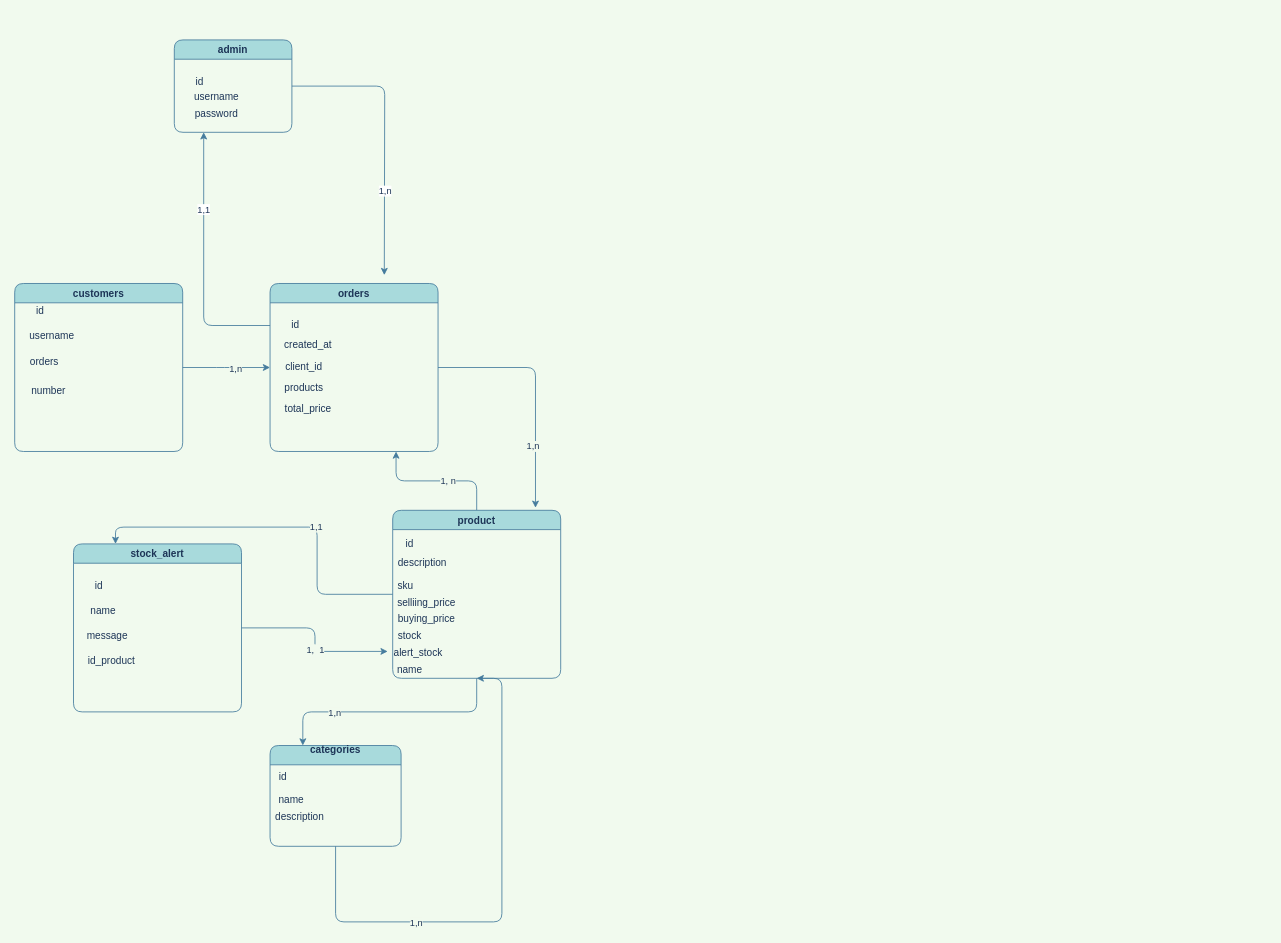
Before: ets_agodji_app.drawio in nsWilfried/ETS-AGODJI-JAVA-APP, a draw.io diagram. Source tidied: cells renumbered, new cells numbered last; positions are measured from the earlier drawing's top-left corner, leaving out a move shared by most shapes. Both pictures are drawn from the tidied source at 84%, with x=0, y=0 at pixel (14, 39).
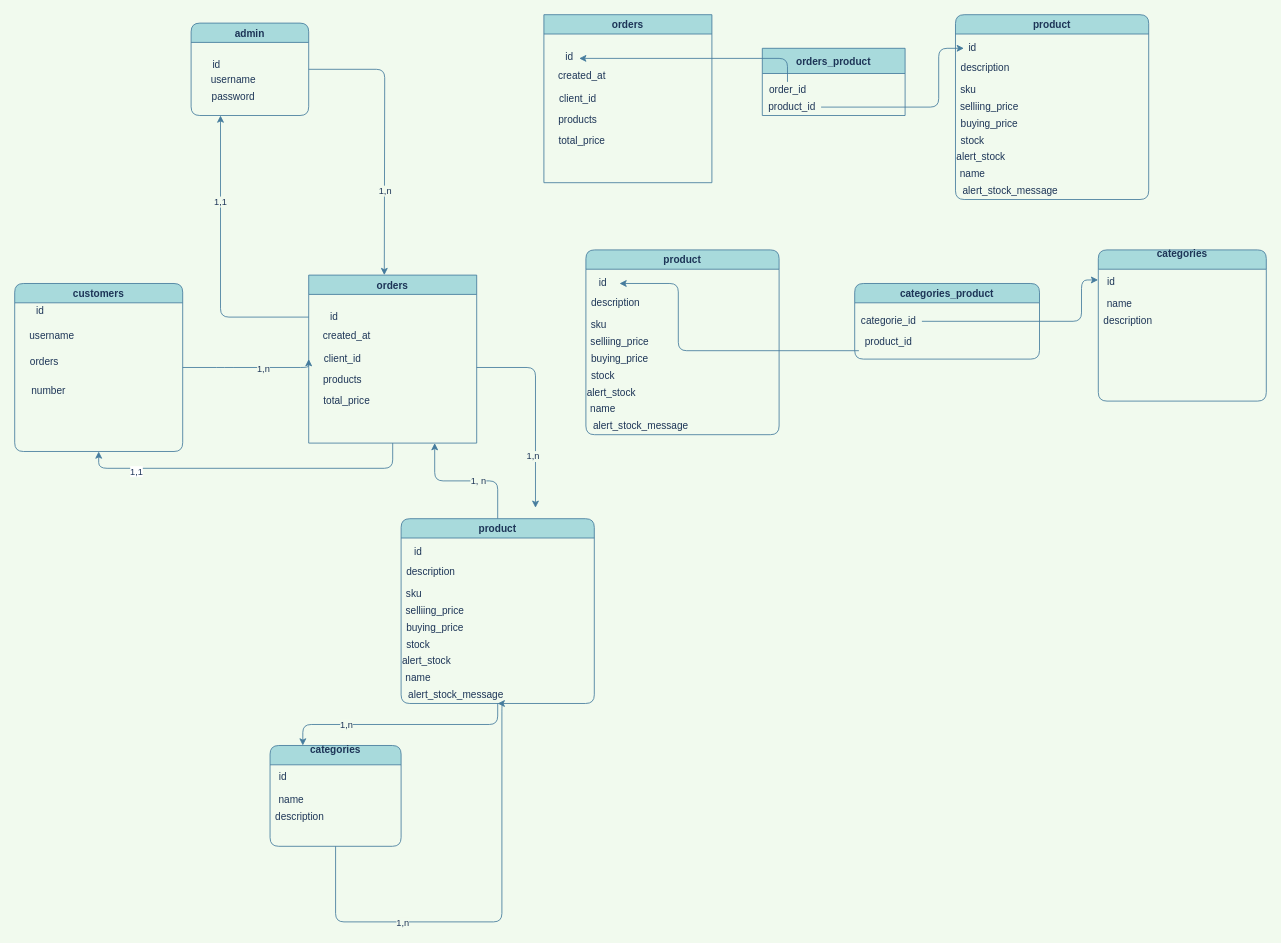
Above is the later version.

The change refers to these unchanged cells:
```xml
<mxCell id="10" value="customers" style="swimlane;rounded=1;fillColor=#A8DADC;strokeColor=#457B9D;fontColor=#1D3557;" parent="1" vertex="1">
  <mxGeometry y="290" width="200" height="200" as="geometry" />
</mxCell>
<mxCell id="43" value="alert_stock" style="text;html=1;align=center;verticalAlign=middle;points=[];strokeColor=none;fillColor=none;rounded=1;fontColor=#1D3557;" parent="37" vertex="1">
  <mxGeometry x="-5" y="160" width="70" height="20" as="geometry" />
</mxCell>
```

Change to the diagram source:
```diff
@@
-    <mxCell id="2" style="edgeStyle=orthogonalEdgeStyle;curved=0;rounded=1;sketch=0;jettySize=auto;html=1;fontColor=#1D3557;strokeColor=#457B9D;fillColor=#A8DADC;" parent="1" edge="1" source="4">
+    <mxCell id="2" style="edgeStyle=orthogonalEdgeStyle;curved=0;rounded=1;sketch=0;jettySize=auto;html=1;fontColor=#1D3557;strokeColor=#457B9D;fillColor=#A8DADC;labelBackgroundColor=#F1FAEE;" parent="1" edge="1" source="4">
       <mxGeometry relative="1" as="geometry">
         <mxPoint x="440" y="280" as="targetPoint" />
       </mxGeometry>
     </mxCell>
-    <mxCell id="3" value="1,n" style="edgeLabel;html=1;align=center;verticalAlign=middle;fontColor=#1D3557;" parent="2" vertex="1">
+    <mxCell id="3" value="1,n" style="edgeLabel;html=1;align=center;verticalAlign=middle;fontColor=#1D3557;labelBackgroundColor=#F1FAEE;" parent="2" vertex="1">
       <mxGeometry x="0.4" relative="1" as="geometry" />
     </mxCell>
     <mxCell id="4" value="admin" style="swimlane;rounded=1;fillColor=#A8DADC;strokeColor=#457B9D;fontColor=#1D3557;" parent="1" vertex="1">
-      <mxGeometry x="190" width="140" height="110" as="geometry" />
+      <mxGeometry x="210" y="-20" width="140" height="110" as="geometry" />
     </mxCell>
@@
-    <mxCell id="17" value="categories&#10;" style="swimlane;rounded=1;fillColor=#A8DADC;strokeColor=#457B9D;fontColor=#1D3557;" parent="1" vertex="1">
+    <mxCell id="17" value="&#10;categories&#10;&#10;" style="swimlane;rounded=1;fillColor=#A8DADC;strokeColor=#457B9D;fontColor=#1D3557;" parent="1" vertex="1">
       <mxGeometry x="304" y="840" width="156" height="120" as="geometry" />
     </mxCell>
@@
-    <mxCell id="23" style="edgeStyle=orthogonalEdgeStyle;curved=0;rounded=1;sketch=0;jettySize=auto;html=1;exitX=0;exitY=0.25;exitDx=0;exitDy=0;entryX=0.25;entryY=1;entryDx=0;entryDy=0;fontColor=#1D3557;strokeColor=#457B9D;fillColor=#A8DADC;" parent="1" edge="1" source="25" target="4">
+    <mxCell id="23" style="edgeStyle=orthogonalEdgeStyle;curved=0;rounded=1;sketch=0;jettySize=auto;html=1;exitX=0;exitY=0.25;exitDx=0;exitDy=0;entryX=0.25;entryY=1;entryDx=0;entryDy=0;fontColor=#1D3557;strokeColor=#457B9D;fillColor=#A8DADC;labelBackgroundColor=#F1FAEE;" parent="1" edge="1" source="25" target="4">
       <mxGeometry relative="1" as="geometry" />
     </mxCell>
-    <mxCell id="24" value="1,1" style="edgeLabel;html=1;align=center;verticalAlign=middle;fontColor=#1D3557;" parent="23" vertex="1">
+    <mxCell id="24" value="1,1" style="edgeLabel;html=1;align=center;verticalAlign=middle;fontColor=#1D3557;labelBackgroundColor=#F1FAEE;" parent="23" vertex="1">
       <mxGeometry x="0.41" y="1" relative="1" as="geometry" />
     </mxCell>
+    <mxCell id="53" style="edgeStyle=orthogonalEdgeStyle;curved=0;rounded=1;sketch=0;jettySize=auto;html=1;entryX=0.5;entryY=1;entryDx=0;entryDy=0;fontColor=#1D3557;strokeColor=#457B9D;fillColor=#A8DADC;" parent="1" edge="1" source="25" target="10">
+      <mxGeometry relative="1" as="geometry">
+        <Array as="points">
+          <mxPoint x="450" y="510" />
+          <mxPoint x="100" y="510" />
+        </Array>
+      </mxGeometry>
+    </mxCell>
+    <mxCell id="34" value="1,1" style="edgeLabel;html=1;align=center;verticalAlign=middle;fontColor=#1D3557;" parent="53" vertex="1">
+      <mxGeometry x="0.68" y="3" relative="1" as="geometry" />
+    </mxCell>
-    <mxCell id="25" value="orders" style="swimlane;rounded=1;fillColor=#A8DADC;strokeColor=#457B9D;fontColor=#1D3557;" parent="1" vertex="1">
-      <mxGeometry x="304" y="290" width="200" height="200" as="geometry" />
+    <mxCell id="25" value="orders" style="swimlane;rounded=1;fillColor=#A8DADC;strokeColor=#457B9D;fontColor=#1D3557;arcSize=0;" parent="1" vertex="1">
+      <mxGeometry x="350" y="280" width="200" height="200" as="geometry" />
     </mxCell>
@@
-    <mxCell id="33" style="edgeStyle=orthogonalEdgeStyle;rounded=1;jettySize=auto;html=1;entryX=0.25;entryY=0;entryDx=0;entryDy=0;strokeColor=#457B9D;fontColor=#1D3557;labelBackgroundColor=#F1FAEE;" parent="1" edge="1" source="37" target="48">
-      <mxGeometry relative="1" as="geometry" />
-    </mxCell>
-    <mxCell id="34" value="1,1" style="edgeLabel;html=1;align=center;verticalAlign=middle;rounded=1;fontColor=#1D3557;labelBackgroundColor=#F1FAEE;" parent="33" vertex="1">
-      <mxGeometry x="-0.2" y="-1" relative="1" as="geometry" />
-    </mxCell>
@@
     <mxCell id="37" value="product" style="swimlane;rounded=1;fillColor=#A8DADC;strokeColor=#457B9D;fontColor=#1D3557;" parent="1" vertex="1">
-      <mxGeometry x="450" y="560" width="200" height="200" as="geometry" />
+      <mxGeometry x="460" y="570" width="230" height="220" as="geometry" />
     </mxCell>
@@
-    <mxCell id="46" style="edgeStyle=orthogonalEdgeStyle;rounded=1;jettySize=auto;html=1;entryX=-0.014;entryY=0.4;entryDx=0;entryDy=0;entryPerimeter=0;strokeColor=#457B9D;fontColor=#1D3557;labelBackgroundColor=#F1FAEE;" parent="1" edge="1" source="48" target="43">
-      <mxGeometry relative="1" as="geometry" />
-    </mxCell>
-    <mxCell id="47" value="1,&amp;nbsp; 1" style="edgeLabel;html=1;align=center;verticalAlign=middle;rounded=1;fontColor=#1D3557;labelBackgroundColor=#F1FAEE;" parent="46" vertex="1">
-      <mxGeometry x="0.12" y="-1" relative="1" as="geometry">
-        <mxPoint x="1" as="offset" />
-      </mxGeometry>
-    </mxCell>
-    <mxCell id="48" value="stock_alert" style="swimlane;rounded=1;fillColor=#A8DADC;strokeColor=#457B9D;fontColor=#1D3557;" parent="1" vertex="1">
-      <mxGeometry x="70" y="600" width="200" height="200" as="geometry" />
-    </mxCell>
-    <mxCell id="49" value="&lt;div&gt;id&lt;/div&gt;" style="text;html=1;align=center;verticalAlign=middle;strokeColor=none;fillColor=none;rounded=1;fontColor=#1D3557;" parent="48" vertex="1">
-      <mxGeometry x="20" y="40" width="20" height="20" as="geometry" />
-    </mxCell>
-    <mxCell id="50" value="name" style="text;html=1;align=center;verticalAlign=middle;strokeColor=none;fillColor=none;rounded=1;fontColor=#1D3557;" parent="48" vertex="1">
-      <mxGeometry x="10" y="70" width="50" height="20" as="geometry" />
-    </mxCell>
-    <mxCell id="51" value="message" style="text;html=1;align=center;verticalAlign=middle;strokeColor=none;fillColor=none;rounded=1;fontColor=#1D3557;" parent="48" vertex="1">
-      <mxGeometry x="10" y="100" width="60" height="20" as="geometry" />
-    </mxCell>
-    <mxCell id="52" value="id_product" style="text;html=1;align=center;verticalAlign=middle;strokeColor=none;fillColor=none;rounded=1;fontColor=#1D3557;" parent="48" vertex="1">
-      <mxGeometry x="10" y="130" width="70" height="20" as="geometry" />
-    </mxCell>
+    <mxCell id="54" value="alert_stock_message" style="text;html=1;align=center;verticalAlign=middle;strokeColor=none;fillColor=none;fontColor=#1D3557;" parent="37" vertex="1">
+      <mxGeometry y="200" width="130" height="20" as="geometry" />
+    </mxCell>
+    <mxCell id="55" value="orders_product" style="swimlane;rounded=1;fillColor=#A8DADC;strokeColor=#457B9D;fontColor=#1D3557;arcSize=0;startSize=30;" parent="1" vertex="1">
+      <mxGeometry x="890" y="10" width="170" height="80" as="geometry" />
+    </mxCell>
+    <mxCell id="56" value="order_id" style="text;html=1;align=center;verticalAlign=middle;points=[];strokeColor=none;fillColor=none;rounded=1;fontColor=#1D3557;" parent="55" vertex="1">
+      <mxGeometry y="40" width="60" height="20" as="geometry" />
+    </mxCell>
+    <mxCell id="57" value="product_id" style="text;html=1;align=center;verticalAlign=middle;points=[];strokeColor=none;fillColor=none;fontColor=#1D3557;" parent="55" vertex="1">
+      <mxGeometry y="60" width="70" height="20" as="geometry" />
+    </mxCell>
+    <mxCell id="58" value="orders" style="swimlane;rounded=1;fillColor=#A8DADC;strokeColor=#457B9D;fontColor=#1D3557;arcSize=0;" parent="1" vertex="1">
+      <mxGeometry x="630" y="-30" width="200" height="200" as="geometry" />
+    </mxCell>
+    <mxCell id="59" value="&lt;div&gt;created_at&lt;/div&gt;&lt;div&gt;&lt;br&gt;&lt;/div&gt;" style="text;html=1;align=center;verticalAlign=middle;strokeColor=none;fillColor=none;rounded=1;fontColor=#1D3557;" parent="58" vertex="1">
+      <mxGeometry x="10" y="65" width="70" height="30" as="geometry" />
+    </mxCell>
+    <mxCell id="60" value="total_price" style="text;html=1;align=center;verticalAlign=middle;strokeColor=none;fillColor=none;rounded=1;fontColor=#1D3557;" parent="58" vertex="1">
+      <mxGeometry x="10" y="140" width="70" height="20" as="geometry" />
+    </mxCell>
+    <mxCell id="61" value="client_id" style="text;html=1;align=center;verticalAlign=middle;strokeColor=none;fillColor=none;rounded=1;fontColor=#1D3557;" parent="58" vertex="1">
+      <mxGeometry x="10" y="90" width="60" height="20" as="geometry" />
+    </mxCell>
+    <mxCell id="62" value="id" style="text;html=1;align=center;verticalAlign=middle;points=[];strokeColor=none;fillColor=none;rounded=1;fontColor=#1D3557;" parent="58" vertex="1">
+      <mxGeometry x="20" y="40" width="20" height="20" as="geometry" />
+    </mxCell>
+    <mxCell id="63" value="products" style="text;html=1;align=center;verticalAlign=middle;strokeColor=none;fillColor=none;rounded=1;fontColor=#1D3557;" parent="58" vertex="1">
+      <mxGeometry x="10" y="115" width="60" height="20" as="geometry" />
+    </mxCell>
+    <mxCell id="64" style="edgeStyle=orthogonalEdgeStyle;curved=0;rounded=1;sketch=0;jettySize=auto;html=1;entryX=1.1;entryY=0.6;entryDx=0;entryDy=0;entryPerimeter=0;fontColor=#1D3557;strokeColor=#457B9D;fillColor=#A8DADC;labelBackgroundColor=#F1FAEE;" parent="1" edge="1" source="56" target="62">
+      <mxGeometry relative="1" as="geometry">
+        <Array as="points">
+          <mxPoint x="920" y="22" />
+        </Array>
+      </mxGeometry>
+    </mxCell>
+    <mxCell id="65" value="product" style="swimlane;rounded=1;fillColor=#A8DADC;strokeColor=#457B9D;fontColor=#1D3557;" parent="1" vertex="1">
+      <mxGeometry x="1120" y="-30" width="230" height="220" as="geometry" />
+    </mxCell>
+    <mxCell id="66" value="&lt;div&gt;description&lt;/div&gt;&lt;div&gt;&lt;br&gt;&lt;/div&gt;" style="text;html=1;align=center;verticalAlign=middle;strokeColor=none;fillColor=none;rounded=1;fontColor=#1D3557;" parent="65" vertex="1">
+      <mxGeometry y="55" width="70" height="30" as="geometry" />
+    </mxCell>
+    <mxCell id="67" value="&lt;div&gt;sku&lt;/div&gt;" style="text;html=1;align=center;verticalAlign=middle;strokeColor=none;fillColor=none;rounded=1;fontColor=#1D3557;" parent="65" vertex="1">
+      <mxGeometry y="80" width="30" height="20" as="geometry" />
+    </mxCell>
+    <mxCell id="68" value="&lt;div&gt;selliing_price&lt;/div&gt;" style="text;html=1;align=center;verticalAlign=middle;strokeColor=none;fillColor=none;rounded=1;fontColor=#1D3557;" parent="65" vertex="1">
+      <mxGeometry y="100" width="80" height="20" as="geometry" />
+    </mxCell>
+    <mxCell id="69" value="buying_price" style="text;html=1;align=center;verticalAlign=middle;strokeColor=none;fillColor=none;rounded=1;fontColor=#1D3557;" parent="65" vertex="1">
+      <mxGeometry y="120" width="80" height="20" as="geometry" />
+    </mxCell>
+    <mxCell id="70" value="&lt;div&gt;stock&lt;/div&gt;" style="text;html=1;align=center;verticalAlign=middle;strokeColor=none;fillColor=none;rounded=1;fontColor=#1D3557;" parent="65" vertex="1">
+      <mxGeometry y="140" width="40" height="20" as="geometry" />
+    </mxCell>
+    <mxCell id="71" value="alert_stock" style="text;html=1;align=center;verticalAlign=middle;strokeColor=none;fillColor=none;rounded=1;fontColor=#1D3557;" parent="65" vertex="1">
+      <mxGeometry x="-5" y="160" width="70" height="20" as="geometry" />
+    </mxCell>
+    <mxCell id="72" value="&lt;div&gt;name&lt;/div&gt;" style="text;html=1;align=center;verticalAlign=middle;strokeColor=none;fillColor=none;rounded=1;fontColor=#1D3557;" parent="65" vertex="1">
+      <mxGeometry x="-5" y="180" width="50" height="20" as="geometry" />
+    </mxCell>
+    <mxCell id="73" value="&lt;div&gt;id&lt;/div&gt;" style="text;html=1;align=center;verticalAlign=middle;points=[];strokeColor=none;fillColor=none;rounded=1;fontColor=#1D3557;" parent="65" vertex="1">
+      <mxGeometry x="10" y="30" width="20" height="20" as="geometry" />
+    </mxCell>
+    <mxCell id="74" value="alert_stock_message" style="text;html=1;align=center;verticalAlign=middle;strokeColor=none;fillColor=none;fontColor=#1D3557;" parent="65" vertex="1">
+      <mxGeometry y="200" width="130" height="20" as="geometry" />
+    </mxCell>
+    <mxCell id="75" style="edgeStyle=orthogonalEdgeStyle;curved=0;rounded=1;sketch=0;jettySize=auto;html=1;fontColor=#1D3557;strokeColor=#457B9D;fillColor=#A8DADC;labelBackgroundColor=#F1FAEE;" parent="1" edge="1" source="57" target="73">
+      <mxGeometry relative="1" as="geometry">
+        <Array as="points">
+          <mxPoint x="1100" y="80" />
+          <mxPoint x="1100" y="10" />
+        </Array>
+      </mxGeometry>
+    </mxCell>
+    <mxCell id="76" value="product" style="swimlane;rounded=1;fillColor=#A8DADC;strokeColor=#457B9D;fontColor=#1D3557;" parent="1" vertex="1">
+      <mxGeometry x="680" y="250" width="230" height="220" as="geometry" />
+    </mxCell>
+    <mxCell id="77" value="&lt;div&gt;description&lt;/div&gt;&lt;div&gt;&lt;br&gt;&lt;/div&gt;" style="text;html=1;align=center;verticalAlign=middle;strokeColor=none;fillColor=none;rounded=1;fontColor=#1D3557;" parent="76" vertex="1">
+      <mxGeometry y="55" width="70" height="30" as="geometry" />
+    </mxCell>
+    <mxCell id="78" value="&lt;div&gt;sku&lt;/div&gt;" style="text;html=1;align=center;verticalAlign=middle;strokeColor=none;fillColor=none;rounded=1;fontColor=#1D3557;" parent="76" vertex="1">
+      <mxGeometry y="80" width="30" height="20" as="geometry" />
+    </mxCell>
+    <mxCell id="79" value="&lt;div&gt;selliing_price&lt;/div&gt;" style="text;html=1;align=center;verticalAlign=middle;strokeColor=none;fillColor=none;rounded=1;fontColor=#1D3557;" parent="76" vertex="1">
+      <mxGeometry y="100" width="80" height="20" as="geometry" />
+    </mxCell>
+    <mxCell id="80" value="buying_price" style="text;html=1;align=center;verticalAlign=middle;strokeColor=none;fillColor=none;rounded=1;fontColor=#1D3557;" parent="76" vertex="1">
+      <mxGeometry y="120" width="80" height="20" as="geometry" />
+    </mxCell>
+    <mxCell id="81" value="&lt;div&gt;stock&lt;/div&gt;" style="text;html=1;align=center;verticalAlign=middle;strokeColor=none;fillColor=none;rounded=1;fontColor=#1D3557;" parent="76" vertex="1">
+      <mxGeometry y="140" width="40" height="20" as="geometry" />
+    </mxCell>
+    <mxCell id="82" value="alert_stock" style="text;html=1;align=center;verticalAlign=middle;strokeColor=none;fillColor=none;rounded=1;fontColor=#1D3557;" parent="76" vertex="1">
+      <mxGeometry x="-5" y="160" width="70" height="20" as="geometry" />
+    </mxCell>
+    <mxCell id="83" value="&lt;div&gt;name&lt;/div&gt;" style="text;html=1;align=center;verticalAlign=middle;strokeColor=none;fillColor=none;rounded=1;fontColor=#1D3557;" parent="76" vertex="1">
+      <mxGeometry x="-5" y="180" width="50" height="20" as="geometry" />
+    </mxCell>
+    <mxCell id="84" value="&lt;div&gt;id&lt;/div&gt;" style="text;html=1;align=center;verticalAlign=middle;strokeColor=none;fillColor=none;rounded=1;fontColor=#1D3557;" parent="76" vertex="1">
+      <mxGeometry x="10" y="30" width="20" height="20" as="geometry" />
+    </mxCell>
+    <mxCell id="85" value="alert_stock_message" style="text;html=1;align=center;verticalAlign=middle;strokeColor=none;fillColor=none;fontColor=#1D3557;" parent="76" vertex="1">
+      <mxGeometry y="200" width="130" height="20" as="geometry" />
+    </mxCell>
+    <mxCell id="86" value="categories_product" style="swimlane;rounded=1;fillColor=#A8DADC;strokeColor=#457B9D;fontColor=#1D3557;" parent="1" vertex="1">
+      <mxGeometry x="1000" y="290" width="220" height="90" as="geometry" />
+    </mxCell>
+    <mxCell id="87" value="categorie_id" style="text;html=1;align=center;verticalAlign=middle;points=[];strokeColor=none;fillColor=none;rounded=1;fontColor=#1D3557;" parent="86" vertex="1">
+      <mxGeometry y="35" width="80" height="20" as="geometry" />
+    </mxCell>
+    <mxCell id="88" value="product_id" style="text;html=1;align=center;verticalAlign=middle;points=[];strokeColor=none;fillColor=none;fontColor=#1D3557;" parent="86" vertex="1">
+      <mxGeometry x="5" y="60" width="70" height="20" as="geometry" />
+    </mxCell>
+    <mxCell id="89" value="&#10;&#10;categories&#10;&#10;&#10;" style="swimlane;rounded=1;fillColor=#A8DADC;strokeColor=#457B9D;fontColor=#1D3557;" parent="1" vertex="1">
+      <mxGeometry x="1290" y="250" width="200" height="180" as="geometry" />
+    </mxCell>
+    <mxCell id="90" value="&lt;div&gt;name&lt;/div&gt;" style="text;html=1;align=center;verticalAlign=middle;strokeColor=none;fillColor=none;rounded=1;fontColor=#1D3557;" parent="89" vertex="1">
+      <mxGeometry y="55" width="50" height="20" as="geometry" />
+    </mxCell>
+    <mxCell id="91" value="description" style="text;html=1;align=center;verticalAlign=middle;strokeColor=none;fillColor=none;rounded=1;fontColor=#1D3557;" parent="89" vertex="1">
+      <mxGeometry y="75" width="70" height="20" as="geometry" />
+    </mxCell>
+    <mxCell id="92" value="&lt;div&gt;id&lt;/div&gt;&lt;div&gt;&lt;br&gt;&lt;/div&gt;" style="text;html=1;align=center;verticalAlign=middle;points=[];strokeColor=none;fillColor=none;rounded=1;fontColor=#1D3557;" parent="89" vertex="1">
+      <mxGeometry x="5" y="30" width="20" height="30" as="geometry" />
+    </mxCell>
+    <mxCell id="93" style="edgeStyle=orthogonalEdgeStyle;curved=0;rounded=1;sketch=0;jettySize=auto;html=1;fontColor=#1D3557;strokeColor=#457B9D;fillColor=#A8DADC;" parent="1" edge="1" source="88">
+      <mxGeometry relative="1" as="geometry">
+        <mxPoint x="720" y="290" as="targetPoint" />
+        <Array as="points">
+          <mxPoint x="790" y="370" />
+          <mxPoint x="790" y="290" />
+        </Array>
+      </mxGeometry>
+    </mxCell>
+    <mxCell id="94" style="edgeStyle=orthogonalEdgeStyle;curved=0;rounded=1;sketch=0;jettySize=auto;html=1;entryX=-0.261;entryY=0.193;entryDx=0;entryDy=0;entryPerimeter=0;fontColor=#1D3557;strokeColor=#457B9D;fillColor=#A8DADC;" parent="1" edge="1" source="87" target="92">
+      <mxGeometry relative="1" as="geometry">
+        <Array as="points">
+          <mxPoint x="1270" y="335" />
+          <mxPoint x="1270" y="286" />
+        </Array>
+      </mxGeometry>
+    </mxCell>
```
